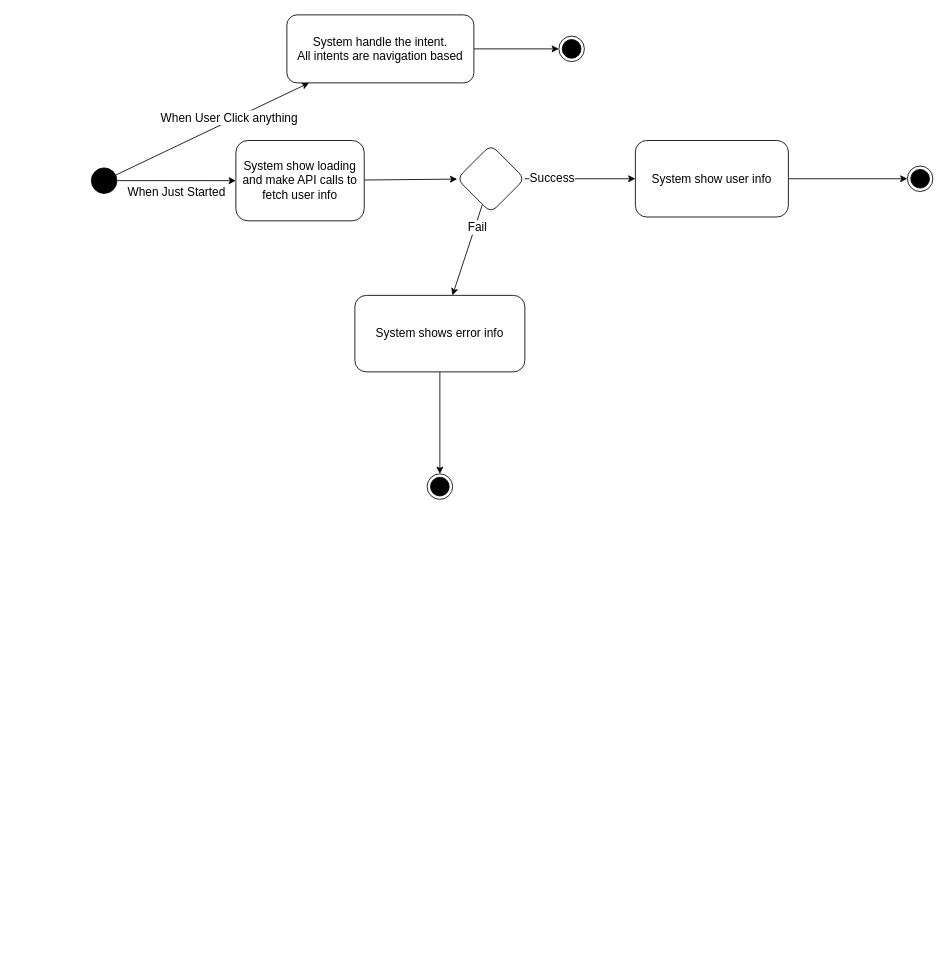
Before: page "Me Flow (detail + nav)" (6 of 7) of doc/Mock UI.drawio in CXwudi/realworld-compose-http4k-example-app, a draw.io diagram. Source tidied: cells renumbered, new cells numbered last; positions are measured from the earlier drawing's top-left corner, leaving out a move shared by most shapes. Both pictures are drawn from the tidied source at 85%, with x=0, y=0 at pixel (91, 14).
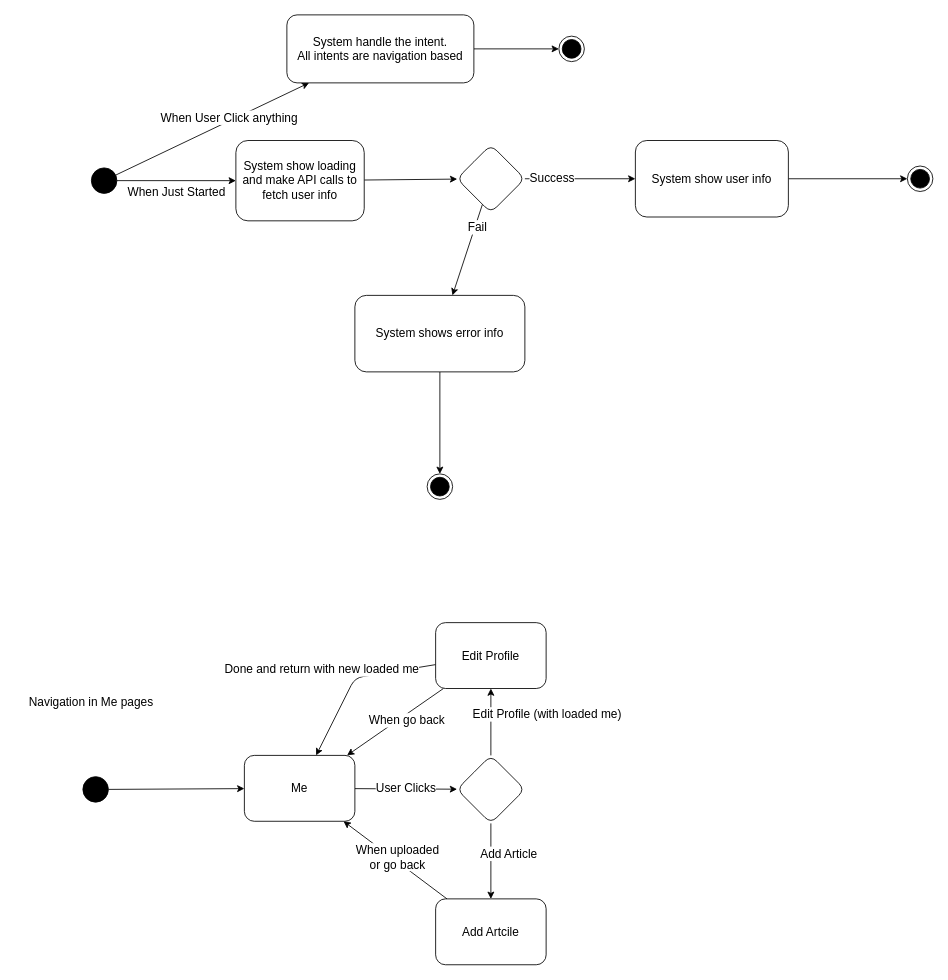
Above is the later version.

Commit message:
🔧 Update diagrams to detail Me page navigation and edit flow

Refactor diagram documentation to include navigation flow for the Me page, detailing user interactions and state changes. Add new diagram for Edit flow.

What changed in the source:
```diff
@@
+    <mxCell id="23" style="edgeStyle=none;html=1;" parent="1" edge="1" source="24" target="40">
+      <mxGeometry relative="1" as="geometry" />
+    </mxCell>
+    <mxCell id="24" style="ellipse;fillColor=strokeColor;" parent="1" vertex="1">
+      <mxGeometry x="-10" y="896.2" width="30" height="30" as="geometry" />
+    </mxCell>
+    <mxCell id="25" style="edgeStyle=none;html=1;" parent="1" edge="1" source="37" target="33">
+      <mxGeometry relative="1" as="geometry" />
+    </mxCell>
+    <mxCell id="26" value="&lt;font style=&quot;font-size: 14px;&quot;&gt;Edit Profile (with loaded me)&lt;br&gt;&lt;/font&gt;" style="edgeLabel;html=1;align=center;verticalAlign=middle;" parent="25" vertex="1">
+      <mxGeometry x="-0.41" y="-2" relative="1" as="geometry">
+        <mxPoint x="63" y="-26" as="offset" />
+      </mxGeometry>
+    </mxCell>
+    <mxCell id="27" style="edgeStyle=none;html=1;" parent="1" edge="1" source="37" target="36">
+      <mxGeometry relative="1" as="geometry" />
+    </mxCell>
+    <mxCell id="28" value="Add Article" style="edgeLabel;html=1;align=center;verticalAlign=middle;fontSize=14;" parent="27" vertex="1">
+      <mxGeometry x="-0.28" y="1" relative="1" as="geometry">
+        <mxPoint x="19" y="3" as="offset" />
+      </mxGeometry>
+    </mxCell>
+    <mxCell id="29" style="edgeStyle=none;html=1;fontSize=14;" parent="1" edge="1" source="33" target="40">
+      <mxGeometry relative="1" as="geometry" />
+    </mxCell>
+    <mxCell id="30" value="When go back" style="edgeLabel;html=1;align=center;verticalAlign=middle;fontSize=14;" parent="29" vertex="1">
+      <mxGeometry x="0.15" y="2" relative="1" as="geometry">
+        <mxPoint x="20" y="-10" as="offset" />
+      </mxGeometry>
+    </mxCell>
+    <mxCell id="31" style="edgeStyle=none;html=1;fontSize=14;" parent="1" edge="1" source="33" target="40">
+      <mxGeometry relative="1" as="geometry">
+        <Array as="points">
+          <mxPoint x="310" y="780" />
+        </Array>
+      </mxGeometry>
+    </mxCell>
+    <mxCell id="32" value="Done and return with new loaded me" style="edgeLabel;html=1;align=center;verticalAlign=middle;fontSize=14;" parent="31" vertex="1">
+      <mxGeometry x="-0.28" y="-1" relative="1" as="geometry">
+        <mxPoint x="-64" y="-5" as="offset" />
+      </mxGeometry>
+    </mxCell>
+    <mxCell id="33" value="Edit Profile" style="rounded=1;whiteSpace=wrap;html=1;fontSize=14;" parent="1" vertex="1">
+      <mxGeometry x="405" y="715" width="130" height="77.5" as="geometry" />
+    </mxCell>
+    <mxCell id="34" style="edgeStyle=none;html=1;fontSize=14;" parent="1" edge="1" source="36" target="40">
+      <mxGeometry relative="1" as="geometry" />
+    </mxCell>
+    <mxCell id="35" value="When uploaded &lt;br&gt;or go back" style="edgeLabel;html=1;align=center;verticalAlign=middle;fontSize=14;" parent="34" vertex="1">
+      <mxGeometry x="0.5" y="1" relative="1" as="geometry">
+        <mxPoint x="33" y="18" as="offset" />
+      </mxGeometry>
+    </mxCell>
+    <mxCell id="36" value="Add Artcile" style="rounded=1;whiteSpace=wrap;html=1;fontSize=14;" parent="1" vertex="1">
+      <mxGeometry x="405" y="1040" width="130" height="77.5" as="geometry" />
+    </mxCell>
+    <mxCell id="37" style="rhombus;whiteSpace=wrap;html=1;fontSize=14;fillColor=rgb(255, 255, 255);rounded=1;" parent="1" vertex="1">
+      <mxGeometry x="430" y="871.2" width="80" height="80" as="geometry" />
+    </mxCell>
+    <mxCell id="38" style="edgeStyle=none;html=1;fontSize=14;" parent="1" edge="1" source="40" target="37">
+      <mxGeometry relative="1" as="geometry" />
+    </mxCell>
+    <mxCell id="39" value="User Clicks" style="edgeLabel;html=1;align=center;verticalAlign=middle;fontSize=14;" parent="38" vertex="1">
+      <mxGeometry x="-0.32" y="-2" relative="1" as="geometry">
+        <mxPoint x="19" y="-3" as="offset" />
+      </mxGeometry>
+    </mxCell>
+    <mxCell id="40" value="&lt;font style=&quot;font-size: 14px;&quot;&gt;Me&lt;/font&gt;" style="rounded=1;whiteSpace=wrap;html=1;" parent="1" vertex="1">
+      <mxGeometry x="180" y="871.2" width="130" height="77.5" as="geometry" />
+    </mxCell>
+    <mxCell id="41" value="Navigation in Me pages" style="text;html=1;strokeColor=none;fillColor=none;align=center;verticalAlign=middle;whiteSpace=wrap;rounded=0;fontSize=14;" parent="1" vertex="1">
+      <mxGeometry x="-90" y="792.5" width="180" height="30" as="geometry" />
+    </mxCell>
```
